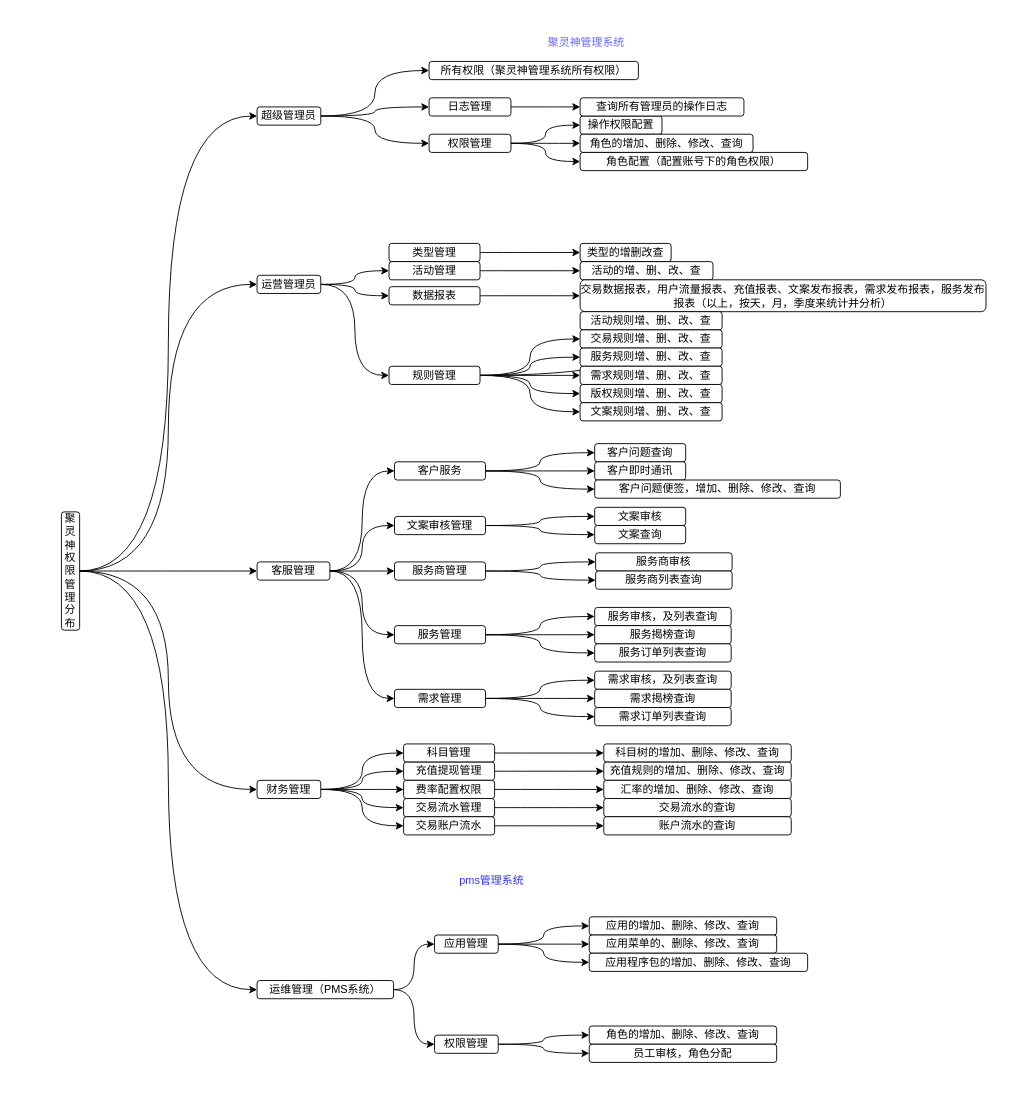
The draw.io diagram Untitled Diagram.drawio in Raox1ngj1ng/mydraw, before the edit. Source tidied: cells renumbered, new cells numbered last; positions are measured from the earlier drawing's top-left corner, leaving out a move shared by most shapes. Both pictures are drawn from the tidied source at 91%, with x=0, y=0 at pixel (61, 25).
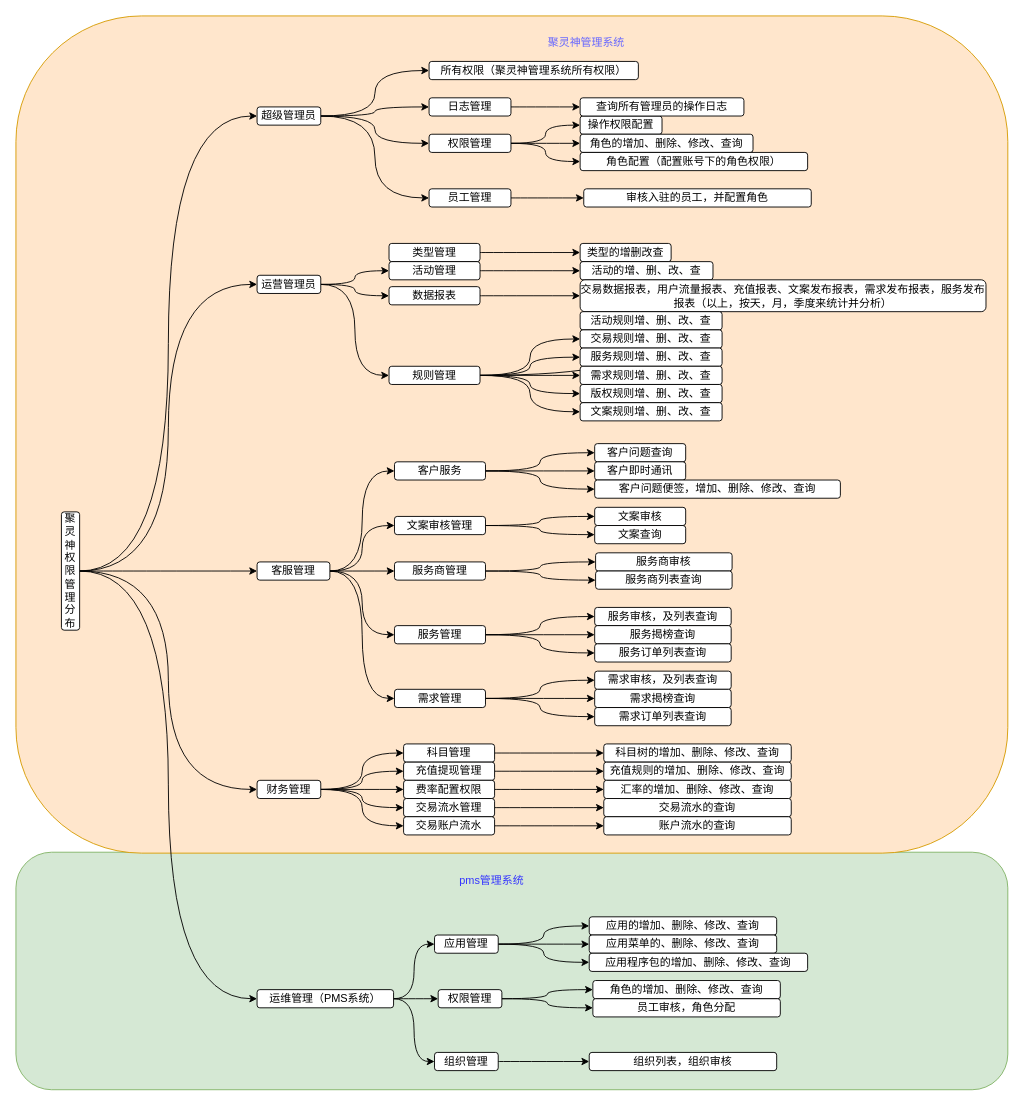
The same page after the edit.

The change refers to these unchanged cells:
```xml
<mxCell id="11" value="超级管理员" style="rounded=1;whiteSpace=wrap;html=1;" parent="1" vertex="1">
  <mxGeometry x="215" y="90" width="70" height="20" as="geometry" />
</mxCell>
```

Change to the diagram source:
```diff
@@
+    <mxCell id="124" style="rounded=1;whiteSpace=wrap;html=1;fillColor=#d5e8d4;strokeColor=#82b366;" parent="1" vertex="1">
+      <mxGeometry x="-50" y="909" width="1090" height="261" as="geometry" />
+    </mxCell>
+    <mxCell id="125" style="rounded=1;whiteSpace=wrap;html=1;fillColor=#ffe6cc;strokeColor=#d79b00;" parent="1" vertex="1">
+      <mxGeometry x="-50" y="-10" width="1090" height="920" as="geometry" />
+    </mxCell>
@@
+    <mxCell id="126" style="edgeStyle=orthogonalEdgeStyle;curved=1;rounded=0;jettySize=auto;html=1;exitX=1;exitY=0.5;exitDx=0;exitDy=0;entryX=0;entryY=0.5;entryDx=0;entryDy=0;" parent="1" edge="1" source="11" target="132">
+      <mxGeometry relative="1" as="geometry" />
+    </mxCell>
@@
+    <mxCell id="127" style="edgeStyle=orthogonalEdgeStyle;curved=1;rounded=0;jettySize=auto;html=1;exitX=1;exitY=0.5;exitDx=0;exitDy=0;entryX=0;entryY=0.5;entryDx=0;entryDy=0;" parent="1" edge="1" source="62" target="129">
+      <mxGeometry relative="1" as="geometry" />
+    </mxCell>
     <mxCell id="62" value="运维管理（PMS系统）" style="rounded=1;whiteSpace=wrap;html=1;" parent="1" vertex="1">
-      <mxGeometry x="215" y="1050" width="150" height="20" as="geometry" />
+      <mxGeometry x="215" y="1060" width="150" height="20" as="geometry" />
     </mxCell>
@@
     <mxCell id="72" value="权限管理" style="rounded=1;whiteSpace=wrap;html=1;" parent="1" vertex="1">
-      <mxGeometry x="410" y="1110" width="70" height="20" as="geometry" />
+      <mxGeometry x="414" y="1060" width="70" height="20" as="geometry" />
     </mxCell>
     <mxCell id="73" value="角色的增加、删除、修改、查询" style="rounded=1;whiteSpace=wrap;html=1;" parent="1" vertex="1">
-      <mxGeometry x="580" y="1100" width="206" height="20" as="geometry" />
+      <mxGeometry x="584" y="1050" width="206" height="20" as="geometry" />
     </mxCell>
     <mxCell id="74" value="员工审核，角色分配" style="rounded=1;whiteSpace=wrap;html=1;" parent="1" vertex="1">
-      <mxGeometry x="580" y="1120" width="206" height="20" as="geometry" />
+      <mxGeometry x="584" y="1070" width="206" height="20" as="geometry" />
     </mxCell>
@@
+    <mxCell id="128" style="edgeStyle=orthogonalEdgeStyle;curved=1;rounded=0;jettySize=auto;html=1;exitX=1;exitY=0.5;exitDx=0;exitDy=0;entryX=0;entryY=0.5;entryDx=0;entryDy=0;" parent="1" edge="1" source="129" target="130">
+      <mxGeometry relative="1" as="geometry" />
+    </mxCell>
+    <mxCell id="129" value="组织管理" style="rounded=1;whiteSpace=wrap;html=1;" parent="1" vertex="1">
+      <mxGeometry x="410" y="1129" width="70" height="20" as="geometry" />
+    </mxCell>
+    <mxCell id="130" value="组织列表，组织审核" style="rounded=1;whiteSpace=wrap;html=1;" parent="1" vertex="1">
+      <mxGeometry x="580" y="1129" width="206" height="20" as="geometry" />
+    </mxCell>
+    <mxCell id="131" style="edgeStyle=orthogonalEdgeStyle;curved=1;rounded=0;jettySize=auto;html=1;exitX=1;exitY=0.5;exitDx=0;exitDy=0;entryX=0;entryY=0.5;entryDx=0;entryDy=0;" parent="1" edge="1" source="132" target="133">
+      <mxGeometry relative="1" as="geometry" />
+    </mxCell>
+    <mxCell id="132" value="员工管理" style="rounded=1;whiteSpace=wrap;html=1;" parent="1" vertex="1">
+      <mxGeometry x="404" y="180" width="90" height="20" as="geometry" />
+    </mxCell>
+    <mxCell id="133" value="审核入驻的员工，并配置角色" style="rounded=1;whiteSpace=wrap;html=1;" parent="1" vertex="1">
+      <mxGeometry x="574" y="180" width="250" height="20" as="geometry" />
+    </mxCell>
```
